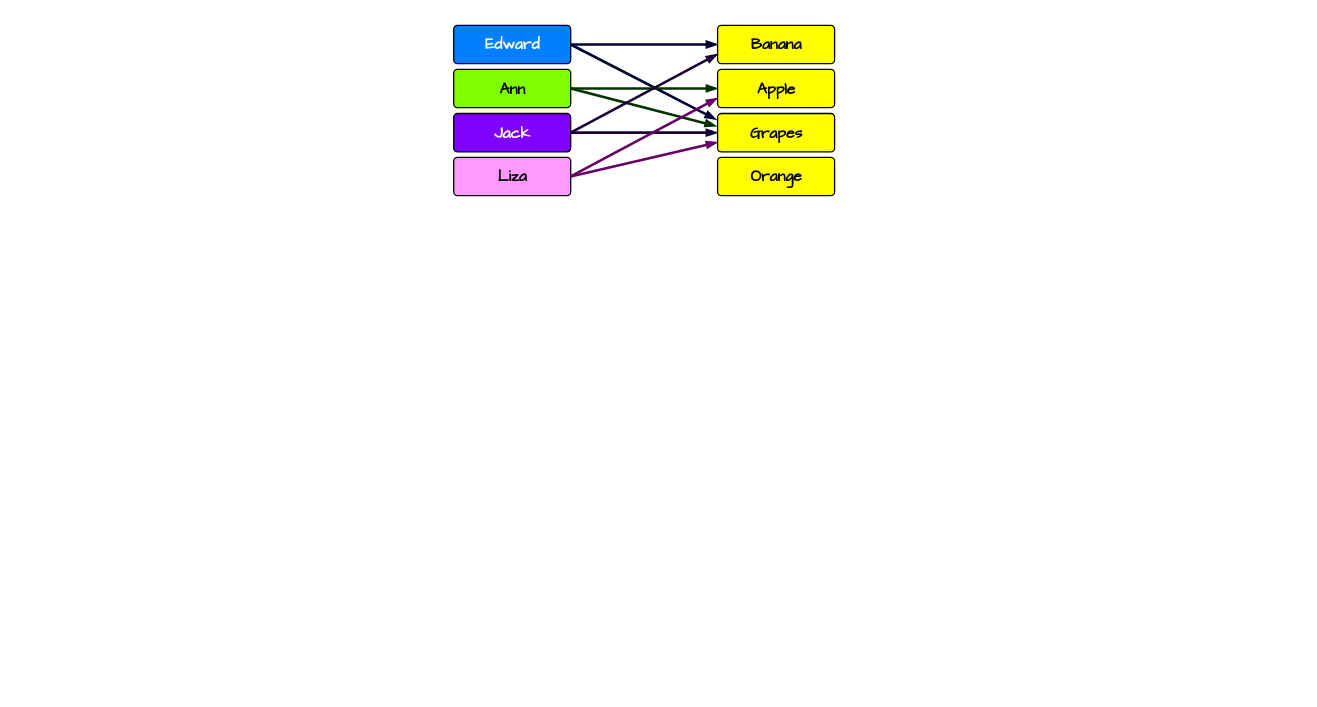
The draw.io diagram Computer Science/Foundations of Computing/Module 02 Logic and Set Theory/resources/Drawings.drawio in ByteToBits/CompScience, before the edit. Source tidied: cells renumbered, new cells numbered last; positions are measured from the earlier drawing's top-left corner, leaving out a move shared by most shapes. Both pictures are drawn from the tidied source at 130%, with x=0, y=0 at pixel (281, 22).
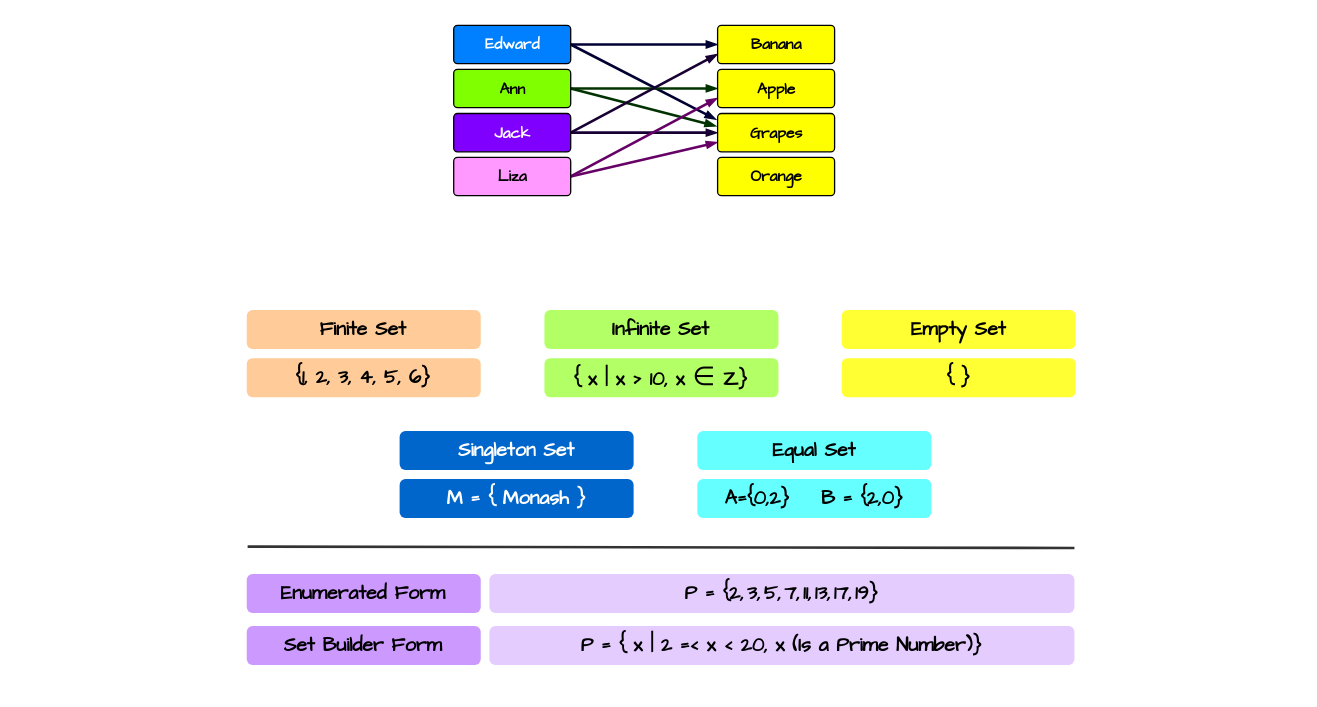
After the change.

Change to the diagram source:
```diff
@@
+    <mxCell id="20" value="&lt;b style=&quot;font-family: &amp;quot;Comic Sans MS&amp;quot;; font-size: 15px;&quot;&gt;{1, 2, 3, 4, 5, 6}&lt;/b&gt;" style="rounded=1;whiteSpace=wrap;html=1;fillColor=#FFCC99;strokeColor=none;" parent="1" vertex="1">
+      <mxGeometry x="-26.7" y="258" width="180" height="30" as="geometry" />
+    </mxCell>
+    <mxCell id="21" value="&lt;b style=&quot;font-family: &amp;quot;Comic Sans MS&amp;quot;; font-size: 15px;&quot;&gt;Finite Set&lt;/b&gt;" style="rounded=1;whiteSpace=wrap;html=1;fillColor=#FFCC99;strokeColor=none;" parent="1" vertex="1">
+      <mxGeometry x="-26.7" y="221" width="180" height="30" as="geometry" />
+    </mxCell>
+    <mxCell id="22" value="&lt;b style=&quot;font-family: &amp;quot;Comic Sans MS&amp;quot;; font-size: 15px;&quot;&gt;{ x | x &amp;gt; 10, x&amp;nbsp;&lt;/b&gt;&lt;span style=&quot;font-size: 20px; text-align: start;&quot;&gt;&lt;font style=&quot;&quot; face=&quot;Comic Sans MS&quot;&gt;∈&lt;/font&gt;&lt;/span&gt;&lt;b style=&quot;font-family: &amp;quot;Comic Sans MS&amp;quot;; font-size: 15px;&quot;&gt;&amp;nbsp;Z}&lt;/b&gt;" style="rounded=1;whiteSpace=wrap;html=1;fillColor=#B3FF66;strokeColor=none;spacingBottom=2;" parent="1" vertex="1">
+      <mxGeometry x="202.3" y="258" width="180" height="30" as="geometry" />
+    </mxCell>
+    <mxCell id="23" value="&lt;b style=&quot;font-family: &amp;quot;Comic Sans MS&amp;quot;; font-size: 15px;&quot;&gt;Infinite Set&lt;/b&gt;" style="rounded=1;whiteSpace=wrap;html=1;fillColor=#B3FF66;strokeColor=none;" parent="1" vertex="1">
+      <mxGeometry x="202.3" y="221" width="180" height="30" as="geometry" />
+    </mxCell>
+    <mxCell id="24" value="&lt;b style=&quot;font-family: &amp;quot;Comic Sans MS&amp;quot;; font-size: 15px;&quot;&gt;{ }&lt;/b&gt;" style="rounded=1;whiteSpace=wrap;html=1;fillColor=#FFFF33;strokeColor=none;" parent="1" vertex="1">
+      <mxGeometry x="431" y="258" width="180" height="30" as="geometry" />
+    </mxCell>
+    <mxCell id="25" value="&lt;b style=&quot;font-family: &amp;quot;Comic Sans MS&amp;quot;; font-size: 15px;&quot;&gt;Empty Set&lt;/b&gt;" style="rounded=1;whiteSpace=wrap;html=1;fillColor=#FFFF33;strokeColor=none;" parent="1" vertex="1">
+      <mxGeometry x="431" y="221" width="180" height="30" as="geometry" />
+    </mxCell>
+    <mxCell id="26" value="&lt;b style=&quot;font-family: &amp;quot;Comic Sans MS&amp;quot;; font-size: 15px;&quot;&gt;M = { Monash }&lt;/b&gt;" style="rounded=1;whiteSpace=wrap;html=1;fillColor=#0066CC;strokeColor=none;fontColor=#FFFFFF;" parent="1" vertex="1">
+      <mxGeometry x="90.9" y="351" width="180" height="30" as="geometry" />
+    </mxCell>
+    <mxCell id="27" value="&lt;font face=&quot;Comic Sans MS&quot;&gt;&lt;span style=&quot;font-size: 15px;&quot;&gt;&lt;b&gt;Singleton Set&lt;/b&gt;&lt;/span&gt;&lt;/font&gt;" style="rounded=1;whiteSpace=wrap;html=1;fillColor=#0066CC;strokeColor=none;fontColor=#FFFFFF;" parent="1" vertex="1">
+      <mxGeometry x="90.9" y="314" width="180" height="30" as="geometry" />
+    </mxCell>
+    <mxCell id="28" value="&lt;font face=&quot;Comic Sans MS&quot;&gt;&lt;span style=&quot;font-size: 15px;&quot;&gt;&lt;b&gt;A={0,2}&amp;nbsp; &amp;nbsp; B = {2,0}&lt;/b&gt;&lt;/span&gt;&lt;/font&gt;" style="rounded=1;whiteSpace=wrap;html=1;fillColor=#66FFFF;strokeColor=none;" parent="1" vertex="1">
+      <mxGeometry x="319.9" y="351" width="180" height="30" as="geometry" />
+    </mxCell>
+    <mxCell id="29" value="&lt;b style=&quot;font-family: &amp;quot;Comic Sans MS&amp;quot;; font-size: 15px;&quot;&gt;Equal Set&lt;/b&gt;" style="rounded=1;whiteSpace=wrap;html=1;fillColor=#66FFFF;strokeColor=none;" parent="1" vertex="1">
+      <mxGeometry x="319.9" y="314" width="180" height="30" as="geometry" />
+    </mxCell>
+    <mxCell id="30" style="rounded=1;whiteSpace=wrap;html=1;arcSize=18;strokeColor=none;fillColor=none;" parent="1" vertex="1">
+      <mxGeometry x="630" y="200" width="150" height="310" as="geometry" />
+    </mxCell>
+    <mxCell id="31" style="rounded=1;whiteSpace=wrap;html=1;arcSize=18;strokeColor=none;fillColor=none;" parent="1" vertex="1">
+      <mxGeometry x="-199" y="200" width="150" height="310" as="geometry" />
+    </mxCell>
+    <mxCell id="32" style="endArrow=none;html=1;rounded=0;strokeColor=#333333;strokeWidth=2;endFill=0;endSize=4;" parent="1" edge="1">
+      <mxGeometry relative="1" as="geometry">
+        <mxPoint x="-26" y="403" as="sourcePoint" />
+        <mxPoint x="610" y="404" as="targetPoint" />
+      </mxGeometry>
+    </mxCell>
+    <mxCell id="33" value="&lt;b style=&quot;font-family: &amp;quot;Comic Sans MS&amp;quot;; font-size: 15px;&quot;&gt;Enumerated Form&lt;/b&gt;" style="rounded=1;whiteSpace=wrap;html=1;fillColor=#CC99FF;strokeColor=none;" parent="1" vertex="1">
+      <mxGeometry x="-26.7" y="424" width="180" height="30" as="geometry" />
+    </mxCell>
+    <mxCell id="34" value="&lt;b&gt;&lt;font style=&quot;font-size: 15px;&quot; face=&quot;Comic Sans MS&quot;&gt;P = {&lt;span style=&quot;outline: none; scrollbar-color: rgba(80, 40, 140, 0.5) rgba(0, 0, 0, 0); border-color: currentcolor; text-align: start; text-wrap: nowrap;&quot; class=&quot;mord&quot;&gt;2&lt;/span&gt;&lt;span style=&quot;outline: none; scrollbar-color: rgba(80, 40, 140, 0.5) rgba(0, 0, 0, 0); border-color: currentcolor; text-align: start; text-wrap: nowrap;&quot; class=&quot;mpunct&quot;&gt;,&lt;/span&gt;&lt;span style=&quot;outline: none; scrollbar-color: rgba(80, 40, 140, 0.5) rgba(0, 0, 0, 0); border-color: currentcolor; display: inline-block; text-align: start; text-wrap: nowrap; margin-right: 0.1667em;&quot; class=&quot;mspace&quot;&gt;&lt;/span&gt;&lt;span style=&quot;outline: none; scrollbar-color: rgba(80, 40, 140, 0.5) rgba(0, 0, 0, 0); border-color: currentcolor; text-align: start; text-wrap: nowrap;&quot; class=&quot;mord&quot;&gt;3&lt;/span&gt;&lt;span style=&quot;outline: none; scrollbar-color: rgba(80, 40, 140, 0.5) rgba(0, 0, 0, 0); border-color: currentcolor; text-align: start; text-wrap: nowrap;&quot; class=&quot;mpunct&quot;&gt;,&lt;/span&gt;&lt;span style=&quot;outline: none; scrollbar-color: rgba(80, 40, 140, 0.5) rgba(0, 0, 0, 0); border-color: currentcolor; display: inline-block; text-align: start; text-wrap: nowrap; margin-right: 0.1667em;&quot; class=&quot;mspace&quot;&gt;&lt;/span&gt;&lt;span style=&quot;outline: none; scrollbar-color: rgba(80, 40, 140, 0.5) rgba(0, 0, 0, 0); border-color: currentcolor; text-align: start; text-wrap: nowrap;&quot; class=&quot;mord&quot;&gt;5&lt;/span&gt;&lt;span style=&quot;outline: none; scrollbar-color: rgba(80, 40, 140, 0.5) rgba(0, 0, 0, 0); border-color: currentcolor; text-align: start; text-wrap: nowrap;&quot; class=&quot;mpunct&quot;&gt;,&lt;/span&gt;&lt;span style=&quot;outline: none; scrollbar-color: rgba(80, 40, 140, 0.5) rgba(0, 0, 0, 0); border-color: currentcolor; display: inline-block; text-align: start; text-wrap: nowrap; margin-right: 0.1667em;&quot; class=&quot;mspace&quot;&gt;&lt;/span&gt;&lt;span style=&quot;outline: none; scrollbar-color: rgba(80, 40, 140, 0.5) rgba(0, 0, 0, 0); border-color: currentcolor; text-align: start; text-wrap: nowrap;&quot; class=&quot;mord&quot;&gt;7&lt;/span&gt;&lt;span style=&quot;outline: none; scrollbar-color: rgba(80, 40, 140, 0.5) rgba(0, 0, 0, 0); border-color: currentcolor; text-align: start; text-wrap: nowrap;&quot; class=&quot;mpunct&quot;&gt;,&lt;/span&gt;&lt;span style=&quot;outline: none; scrollbar-color: rgba(80, 40, 140, 0.5) rgba(0, 0, 0, 0); border-color: currentcolor; display: inline-block; text-align: start; text-wrap: nowrap; margin-right: 0.1667em;&quot; class=&quot;mspace&quot;&gt;&lt;/span&gt;&lt;span style=&quot;outline: none; scrollbar-color: rgba(80, 40, 140, 0.5) rgba(0, 0, 0, 0); border-color: currentcolor; text-align: start; text-wrap: nowrap;&quot; class=&quot;mord&quot;&gt;11&lt;/span&gt;&lt;span style=&quot;outline: none; scrollbar-color: rgba(80, 40, 140, 0.5) rgba(0, 0, 0, 0); border-color: currentcolor; text-align: start; text-wrap: nowrap;&quot; class=&quot;mpunct&quot;&gt;,&lt;/span&gt;&lt;span style=&quot;outline: none; scrollbar-color: rgba(80, 40, 140, 0.5) rgba(0, 0, 0, 0); border-color: currentcolor; display: inline-block; text-align: start; text-wrap: nowrap; margin-right: 0.1667em;&quot; class=&quot;mspace&quot;&gt;&lt;/span&gt;&lt;span style=&quot;outline: none; scrollbar-color: rgba(80, 40, 140, 0.5) rgba(0, 0, 0, 0); border-color: currentcolor; text-align: start; text-wrap: nowrap;&quot; class=&quot;mord&quot;&gt;13&lt;/span&gt;&lt;span style=&quot;outline: none; scrollbar-color: rgba(80, 40, 140, 0.5) rgba(0, 0, 0, 0); border-color: currentcolor; text-align: start; text-wrap: nowrap;&quot; class=&quot;mpunct&quot;&gt;,&lt;/span&gt;&lt;span style=&quot;outline: none; scrollbar-color: rgba(80, 40, 140, 0.5) rgba(0, 0, 0, 0); border-color: currentcolor; display: inline-block; text-align: start; text-wrap: nowrap; margin-right: 0.1667em;&quot; class=&quot;mspace&quot;&gt;&lt;/span&gt;&lt;span style=&quot;outline: none; scrollbar-color: rgba(80, 40, 140, 0.5) rgba(0, 0, 0, 0); border-color: currentcolor; text-align: start; text-wrap: nowrap;&quot; class=&quot;mord&quot;&gt;17&lt;/span&gt;&lt;span style=&quot;outline: none; scrollbar-color: rgba(80, 40, 140, 0.5) rgba(0, 0, 0, 0); border-color: currentcolor; text-align: start; text-wrap: nowrap;&quot; class=&quot;mpunct&quot;&gt;,&lt;/span&gt;&lt;span style=&quot;outline: none; scrollbar-color: rgba(80, 40, 140, 0.5) rgba(0, 0, 0, 0); border-color: currentcolor; display: inline-block; text-align: start; text-wrap: nowrap; margin-right: 0.1667em;&quot; class=&quot;mspace&quot;&gt;&lt;/span&gt;&lt;span style=&quot;outline: none; scrollbar-color: rgba(80, 40, 140, 0.5) rgba(0, 0, 0, 0); border-color: currentcolor; text-align: start; text-wrap: nowrap;&quot; class=&quot;mord&quot;&gt;19&lt;/span&gt;}&lt;/font&gt;&lt;/b&gt;" style="rounded=1;whiteSpace=wrap;html=1;fillColor=#E5CCFF;strokeColor=none;" parent="1" vertex="1">
+      <mxGeometry x="160" y="424" width="450" height="30" as="geometry" />
+    </mxCell>
+    <mxCell id="35" value="&lt;font face=&quot;Comic Sans MS&quot;&gt;&lt;span style=&quot;font-size: 15px;&quot;&gt;&lt;b&gt;Set Builder Form&lt;/b&gt;&lt;/span&gt;&lt;/font&gt;" style="rounded=1;whiteSpace=wrap;html=1;fillColor=#CC99FF;strokeColor=none;" parent="1" vertex="1">
+      <mxGeometry x="-26.7" y="464" width="180" height="30" as="geometry" />
+    </mxCell>
+    <mxCell id="36" value="&lt;div style=&quot;text-align: start;&quot;&gt;&lt;b&gt;&lt;font style=&quot;font-size: 15px;&quot;&gt;&lt;font&gt;&lt;span style=&quot;background-color: initial;&quot;&gt;&lt;font style=&quot;&quot; face=&quot;Comic Sans MS&quot;&gt;P =&amp;nbsp;&lt;/font&gt;&lt;/span&gt;&lt;span style=&quot;background-color: initial; font-family: &amp;quot;Comic Sans MS&amp;quot;;&quot;&gt;&lt;font style=&quot;&quot;&gt;{ x | 2 =&amp;lt; x &amp;lt; 20, x&lt;/font&gt; &lt;/span&gt;&lt;span style=&quot;background-color: initial; font-family: &amp;quot;Comic Sans MS&amp;quot;;&quot;&gt;(Is a Prime Number)&lt;/span&gt;&lt;/font&gt;&lt;span style=&quot;background-color: initial; font-family: &amp;quot;Comic Sans MS&amp;quot;;&quot;&gt;}&lt;/span&gt;&lt;/font&gt;&lt;/b&gt;&lt;/div&gt;" style="rounded=1;whiteSpace=wrap;html=1;fillColor=#E5CCFF;strokeColor=none;" parent="1" vertex="1">
+      <mxGeometry x="160" y="464" width="450" height="30" as="geometry" />
+    </mxCell>
```
